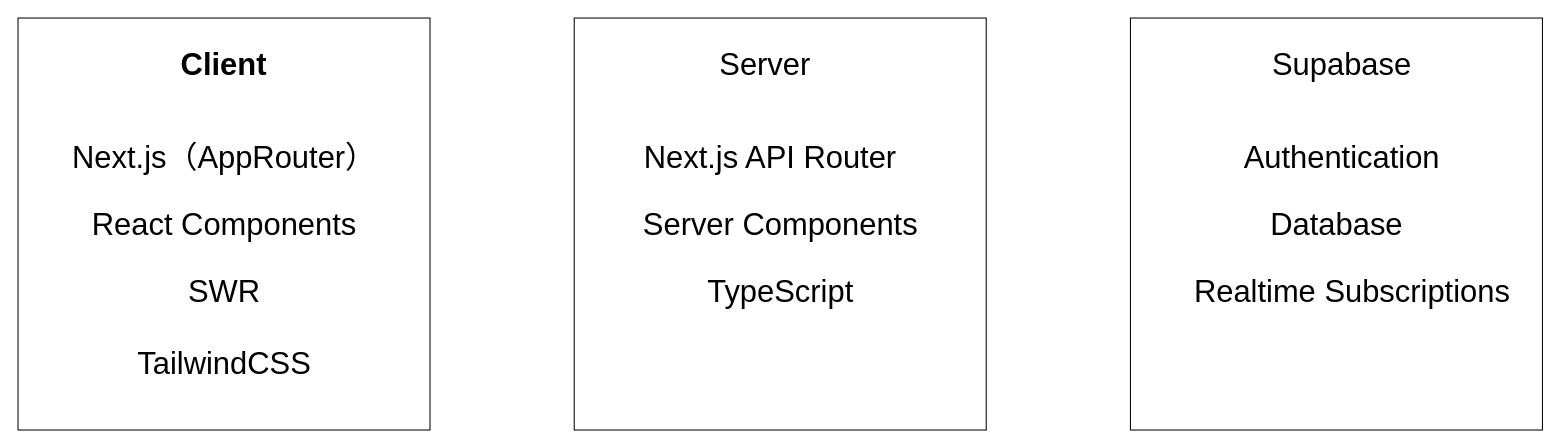
kei615ykhm/logic-loom-memo keeps this draw.io diagram as architecture.drawio. Above is the earlier version. Source tidied: cells renumbered, new cells numbered last; positions are measured from the earlier drawing's top-left corner, leaving out a move shared by most shapes. Both pictures are drawn from the tidied source at 103%, with x=0, y=0 at pixel (18, 18).
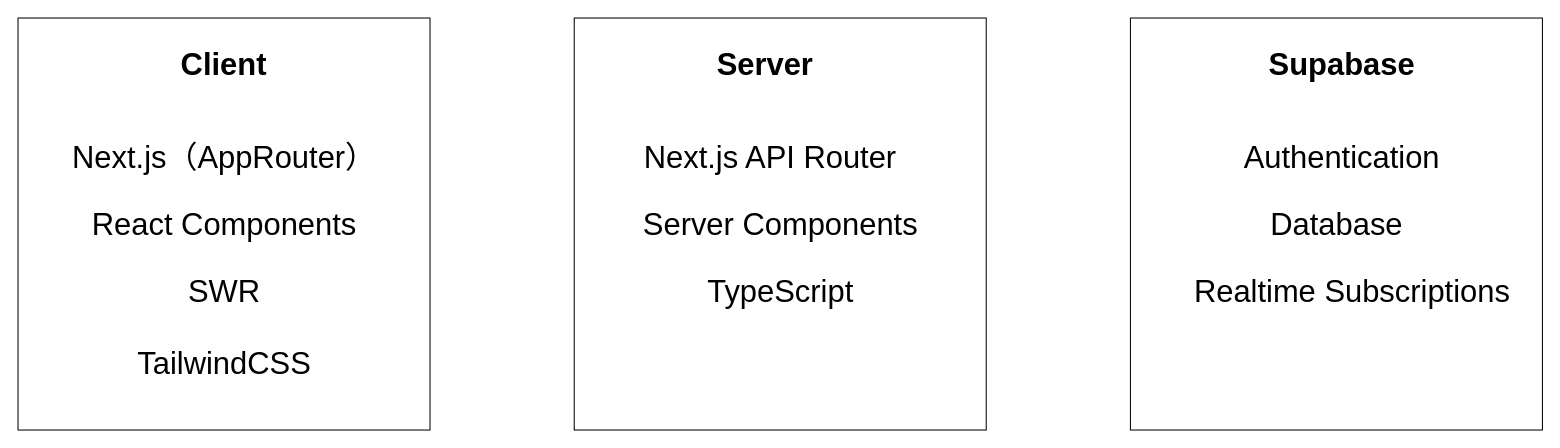
The same diagram, later.

Commit message:
style: 文字サイズの変更

What changed in the source:
```diff
@@
 <mxGraphModel>
   <root>
     <mxCell id="0" />
     <mxCell id="1" parent="0" />
     <mxCell id="2" style="whiteSpace=wrap;html=1;" parent="1" vertex="1">
       <mxGeometry width="400" height="400" as="geometry" />
     </mxCell>
     <mxCell id="3" value="Client" style="text;strokeColor=none;align=center;fillColor=none;html=1;verticalAlign=middle;whiteSpace=wrap;rounded=0;fontSize=30;fontStyle=1;" parent="1" vertex="1">
       <mxGeometry x="170" y="30" width="60" height="30" as="geometry" />
     </mxCell>
     <mxCell id="4" value="Next.js（AppRouter）" style="text;html=1;align=center;verticalAlign=middle;strokeColor=none;fillColor=none;fontSize=30;" parent="1" vertex="1">
       <mxGeometry x="40" y="110" width="320" height="50" as="geometry" />
     </mxCell>
     <mxCell id="5" value="React Components" style="text;html=1;align=center;verticalAlign=middle;strokeColor=none;fillColor=none;fontSize=30;" parent="1" vertex="1">
       <mxGeometry x="60" y="175" width="280" height="50" as="geometry" />
     </mxCell>
     <mxCell id="6" value="SWR" style="text;html=1;align=center;verticalAlign=middle;strokeColor=none;fillColor=none;fontSize=30;" parent="1" vertex="1">
       <mxGeometry x="155" y="240" width="90" height="50" as="geometry" />
     </mxCell>
     <mxCell id="7" value="TailwindCSS" style="text;html=1;align=center;verticalAlign=middle;strokeColor=none;fillColor=none;fontSize=30;" parent="1" vertex="1">
       <mxGeometry x="105" y="310" width="190" height="50" as="geometry" />
     </mxCell>
     <mxCell id="8" style="whiteSpace=wrap;html=1;fontSize=30;" parent="1" vertex="1">
       <mxGeometry x="540" width="400" height="400" as="geometry" />
     </mxCell>
     <mxCell id="9" style="whiteSpace=wrap;html=1;fontSize=30;" parent="1" vertex="1">
       <mxGeometry x="1080" width="400" height="400" as="geometry" />
     </mxCell>
-    <mxCell id="10" value="Server" style="text;html=1;align=center;verticalAlign=middle;strokeColor=none;fillColor=none;fontSize=30;" parent="1" vertex="1">
-      <mxGeometry x="670" y="20" width="110" height="50" as="geometry" />
+    <mxCell id="10" value="Server" style="text;html=1;align=center;verticalAlign=middle;strokeColor=none;fillColor=none;fontSize=30;fontStyle=1;" parent="1" vertex="1">
+      <mxGeometry x="665" y="20" width="120" height="50" as="geometry" />
     </mxCell>
     <mxCell id="11" value="&lt;span style=&quot;&quot;&gt;Next.js API Router&lt;/span&gt;" style="text;html=1;align=center;verticalAlign=middle;strokeColor=none;fillColor=none;fontSize=30;" parent="1" vertex="1">
       <mxGeometry x="595" y="110" width="270" height="50" as="geometry" />
     </mxCell>
     <mxCell id="12" value="Server Components" style="text;html=1;align=center;verticalAlign=middle;strokeColor=none;fillColor=none;fontSize=30;" parent="1" vertex="1">
       <mxGeometry x="595" y="175" width="290" height="50" as="geometry" />
     </mxCell>
     <mxCell id="13" value="TypeScript" style="text;html=1;align=center;verticalAlign=middle;strokeColor=none;fillColor=none;fontSize=30;" parent="1" vertex="1">
       <mxGeometry x="655" y="240" width="170" height="50" as="geometry" />
     </mxCell>
-    <mxCell id="14" value="Supabase" style="text;html=1;align=center;verticalAlign=middle;strokeColor=none;fillColor=none;fontSize=30;" parent="1" vertex="1">
-      <mxGeometry x="1205" y="20" width="160" height="50" as="geometry" />
+    <mxCell id="14" value="Supabase" style="text;html=1;align=center;verticalAlign=middle;strokeColor=none;fillColor=none;fontSize=30;fontStyle=1;" parent="1" vertex="1">
+      <mxGeometry x="1200" y="20" width="170" height="50" as="geometry" />
     </mxCell>
     <mxCell id="15" value="Authentication" style="text;html=1;align=center;verticalAlign=middle;strokeColor=none;fillColor=none;fontSize=30;" parent="1" vertex="1">
       <mxGeometry x="1180" y="110" width="210" height="50" as="geometry" />
     </mxCell>
     <mxCell id="16" value="Database" style="text;html=1;align=center;verticalAlign=middle;strokeColor=none;fillColor=none;fontSize=30;" parent="1" vertex="1">
       <mxGeometry x="1205" y="175" width="150" height="50" as="geometry" />
     </mxCell>
     <mxCell id="17" value="Realtime Subscriptions" style="text;html=1;align=center;verticalAlign=middle;strokeColor=none;fillColor=none;fontSize=30;" parent="1" vertex="1">
       <mxGeometry x="1130" y="240" width="330" height="50" as="geometry" />
     </mxCell>
   </root>
 </mxGraphModel>
```
